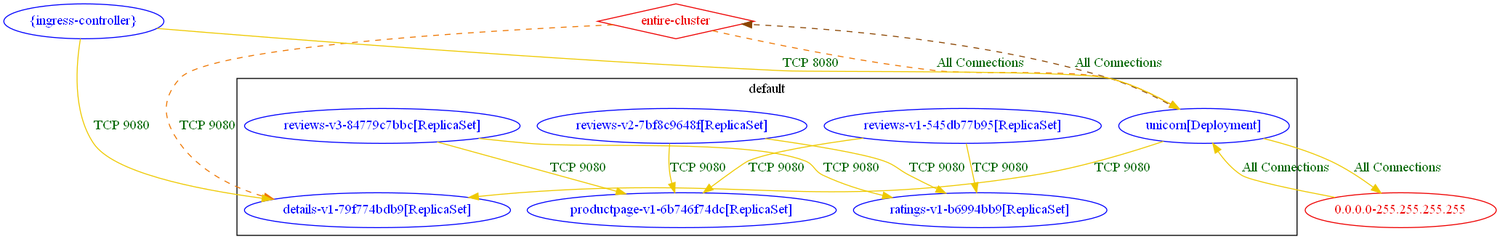
The Graphviz diagram test_outputs/connlist/k8s_ingress_test_new_exposure_output.dot.png in np-guard/netpol-analyzer, before a commit. Its source is kept beside it as test_outputs/connlist/k8s_ingress_test_new_exposure_output.dot.
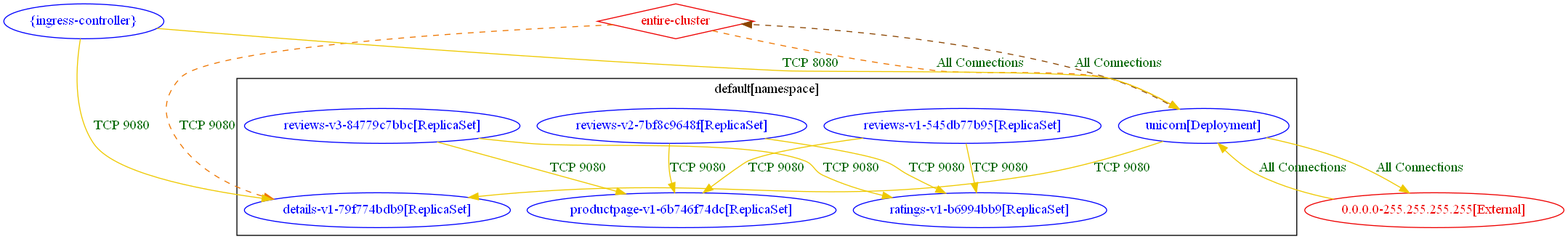
After the change.

Change to the diagram source:
```diff
@@ -1,5 +1,5 @@
 digraph {
-	subgraph "cluster_default" {
+	subgraph "cluster_default[namespace]" {
 		color="black"
 		fontcolor="black"
 		"default/details-v1-79f774bdb9[ReplicaSet]" [label="details-v1-79f774bdb9[ReplicaSet]" color="blue" fontcolor="blue"]
@@ -9,19 +9,19 @@
 		"default/reviews-v2-7bf8c9648f[ReplicaSet]" [label="reviews-v2-7bf8c9648f[ReplicaSet]" color="blue" fontcolor="blue"]
 		"default/reviews-v3-84779c7bbc[ReplicaSet]" [label="reviews-v3-84779c7bbc[ReplicaSet]" color="blue" fontcolor="blue"]
 		"default/unicorn[Deployment]" [label="unicorn[Deployment]" color="blue" fontcolor="blue"]
-		label="default"
+		label="default[namespace]"
 	}
-	"0.0.0.0-255.255.255.255" [label="0.0.0.0-255.255.255.255" color="red2" fontcolor="red2"]
+	"0.0.0.0-255.255.255.255[External]" [label="0.0.0.0-255.255.255.255[External]" color="red2" fontcolor="red2"]
 	"entire-cluster" [label="entire-cluster" color="red2" fontcolor="red2" shape=diamond]
 	"{ingress-controller}" [label="{ingress-controller}" color="blue" fontcolor="blue"]
-	"0.0.0.0-255.255.255.255" -> "default/unicorn[Deployment]" [label="All Connections" color="gold2" fontcolor="darkgreen" weight=0.5]
+	"0.0.0.0-255.255.255.255[External]" -> "default/unicorn[Deployment]" [label="All Connections" color="gold2" fontcolor="darkgreen" weight=0.5]
 	"default/reviews-v1-545db77b95[ReplicaSet]" -> "default/productpage-v1-6b746f74dc[ReplicaSet]" [label="TCP 9080" color="gold2" fontcolor="darkgreen" weight=1]
 	"default/reviews-v1-545db77b95[ReplicaSet]" -> "default/ratings-v1-b6994bb9[ReplicaSet]" [label="TCP 9080" color="gold2" fontcolor="darkgreen" weight=1]
 	"default/reviews-v2-7bf8c9648f[ReplicaSet]" -> "default/productpage-v1-6b746f74dc[ReplicaSet]" [label="TCP 9080" color="gold2" fontcolor="darkgreen" weight=1]
 	"default/reviews-v2-7bf8c9648f[ReplicaSet]" -> "default/ratings-v1-b6994bb9[ReplicaSet]" [label="TCP 9080" color="gold2" fontcolor="darkgreen" weight=1]
 	"default/reviews-v3-84779c7bbc[ReplicaSet]" -> "default/productpage-v1-6b746f74dc[ReplicaSet]" [label="TCP 9080" color="gold2" fontcolor="darkgreen" weight=1]
 	"default/reviews-v3-84779c7bbc[ReplicaSet]" -> "default/ratings-v1-b6994bb9[ReplicaSet]" [label="TCP 9080" color="gold2" fontcolor="darkgreen" weight=1]
-	"default/unicorn[Deployment]" -> "0.0.0.0-255.255.255.255" [label="All Connections" color="gold2" fontcolor="darkgreen" weight=1]
+	"default/unicorn[Deployment]" -> "0.0.0.0-255.255.255.255[External]" [label="All Connections" color="gold2" fontcolor="darkgreen" weight=1]
 	"default/unicorn[Deployment]" -> "default/details-v1-79f774bdb9[ReplicaSet]" [label="TCP 9080" color="gold2" fontcolor="darkgreen" weight=1]
 	"default/unicorn[Deployment]" -> "entire-cluster" [label="All Connections" color="darkorange4" fontcolor="darkgreen" weight=0.5 style=dashed]
 	"entire-cluster" -> "default/details-v1-79f774bdb9[ReplicaSet]" [label="TCP 9080" color="darkorange2" fontcolor="darkgreen" weight=1 style=dashed]
```
